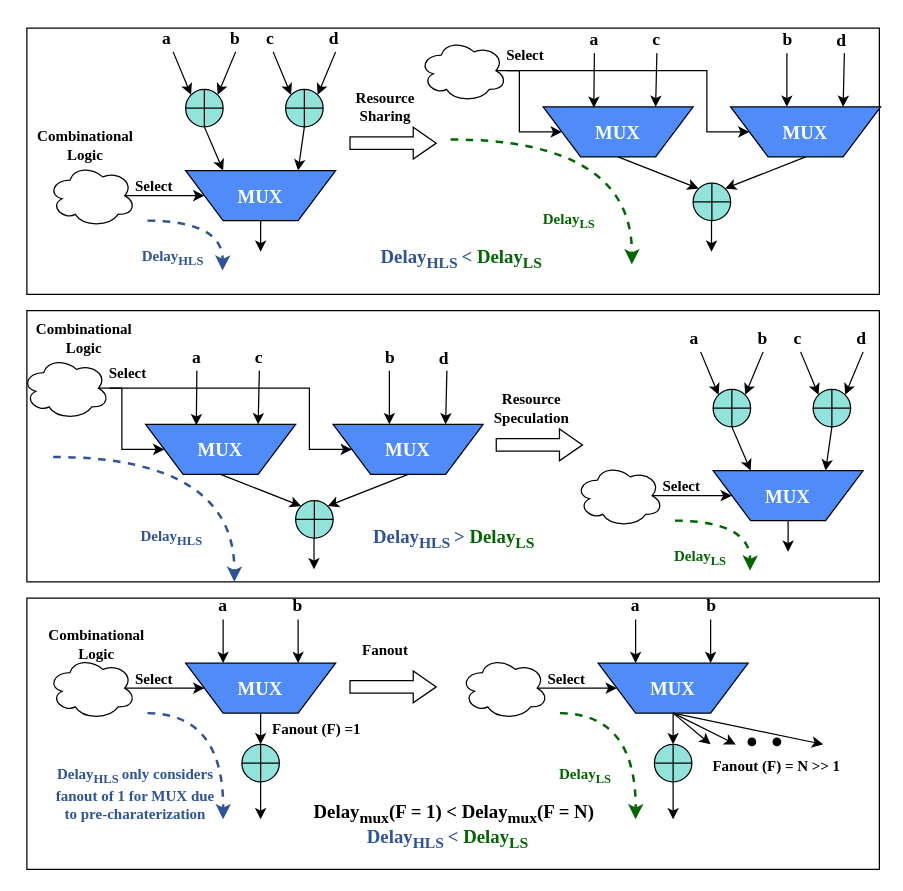
kxzhu0505/Delay-Padding-For-Multi-corner keeps this draw.io diagram as hlsls.drawio. Above is the earlier version. Source tidied: cells renumbered, new cells numbered last; positions are measured from the earlier drawing's top-left corner, leaving out a move shared by most shapes. Both pictures are drawn from the tidied source at 125%, with x=0, y=0 at pixel (21, 26).
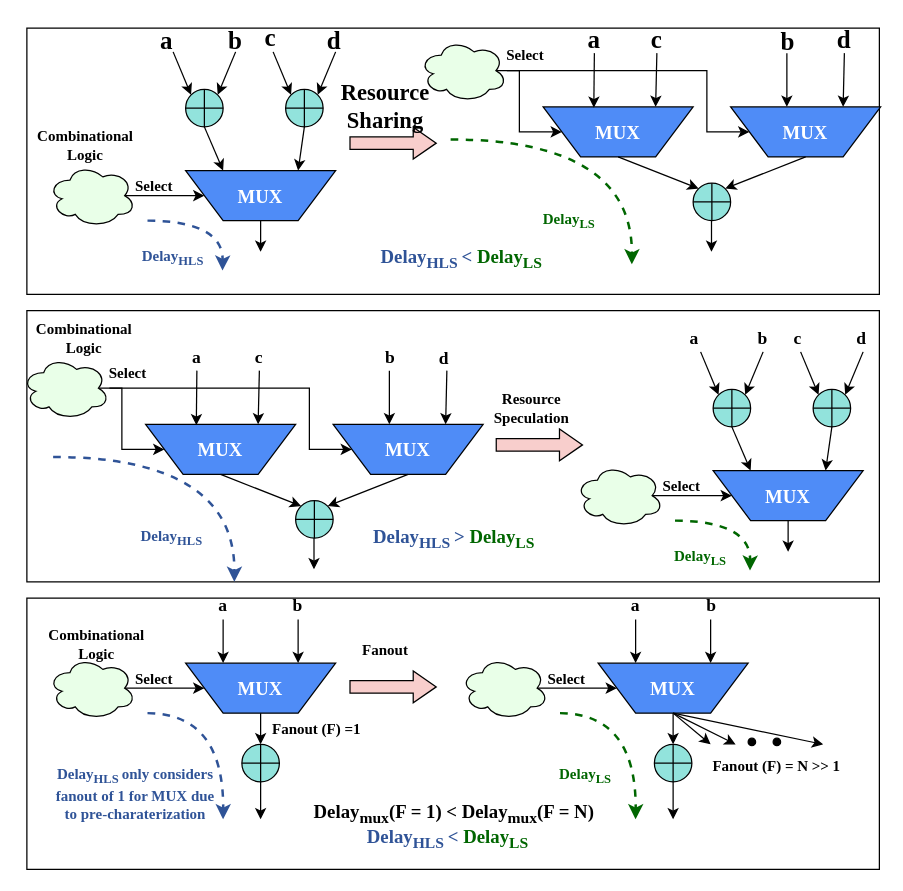
The same diagram, later.

What changed in the source:
```diff
@@
-    <mxCell id="14" style="ellipse;shape=cloud;whiteSpace=wrap;html=1;fillColor=light-dark(#FFFFFF,#EDEDED);fontFamily=Times New Roman;" parent="1" vertex="1">
+    <mxCell id="14" style="ellipse;shape=cloud;whiteSpace=wrap;html=1;fillColor=light-dark(#E9FFE8,#1F2F1E);fontFamily=Times New Roman;strokeColor=light-dark(#000000, #446e2c);" parent="1" vertex="1">
       <mxGeometry x="21" y="110" width="70" height="50" as="geometry" />
     </mxCell>
@@
-    <mxCell id="24" value="&lt;font&gt;&lt;b&gt;a&lt;/b&gt;&lt;/font&gt;" style="text;html=1;align=center;verticalAlign=middle;whiteSpace=wrap;rounded=0;fontFamily=Times New Roman;fontSize=14;" parent="1" vertex="1">
+    <mxCell id="24" value="&lt;font style=&quot;font-size: 20px;&quot;&gt;&lt;b style=&quot;&quot;&gt;a&lt;/b&gt;&lt;/font&gt;" style="text;html=1;align=center;verticalAlign=middle;whiteSpace=wrap;rounded=0;fontFamily=Times New Roman;fontSize=14;" parent="1" vertex="1">
       <mxGeometry x="101" width="30" height="20" as="geometry" />
     </mxCell>
-    <mxCell id="25" value="&lt;font&gt;&lt;b&gt;b&lt;/b&gt;&lt;/font&gt;" style="text;html=1;align=center;verticalAlign=middle;whiteSpace=wrap;rounded=0;fontFamily=Times New Roman;fontSize=14;" parent="1" vertex="1">
+    <mxCell id="25" value="&lt;font style=&quot;font-size: 20px;&quot;&gt;&lt;b style=&quot;&quot;&gt;b&lt;/b&gt;&lt;/font&gt;" style="text;html=1;align=center;verticalAlign=middle;whiteSpace=wrap;rounded=0;fontFamily=Times New Roman;fontSize=14;" parent="1" vertex="1">
       <mxGeometry x="156" width="30" height="20" as="geometry" />
     </mxCell>
-    <mxCell id="26" value="&lt;font&gt;&lt;b&gt;c&lt;/b&gt;&lt;/font&gt;" style="text;html=1;align=center;verticalAlign=middle;whiteSpace=wrap;rounded=0;fontFamily=Times New Roman;fontSize=14;" parent="1" vertex="1">
-      <mxGeometry x="184" width="30" height="20" as="geometry" />
+    <mxCell id="26" value="&lt;font style=&quot;font-size: 20px;&quot;&gt;&lt;b&gt;c&lt;/b&gt;&lt;/font&gt;" style="text;html=1;align=center;verticalAlign=middle;whiteSpace=wrap;rounded=0;fontFamily=Times New Roman;fontSize=14;" parent="1" vertex="1">
+      <mxGeometry x="184" y="-2" width="30" height="20" as="geometry" />
     </mxCell>
-    <mxCell id="27" value="&lt;font&gt;d&lt;/font&gt;" style="text;html=1;align=center;verticalAlign=middle;whiteSpace=wrap;rounded=0;fontFamily=Times New Roman;fontStyle=1;fontSize=14;" parent="1" vertex="1">
+    <mxCell id="27" value="&lt;font style=&quot;font-size: 20px;&quot;&gt;d&lt;/font&gt;" style="text;html=1;align=center;verticalAlign=middle;whiteSpace=wrap;rounded=0;fontFamily=Times New Roman;fontStyle=1;fontSize=14;" parent="1" vertex="1">
       <mxGeometry x="235" width="30" height="20" as="geometry" />
     </mxCell>
@@
-    <mxCell id="30" style="shape=flexArrow;endArrow=classic;html=1;rounded=0;endWidth=14.35897435897436;endSize=5.805128205128206;fontFamily=Times New Roman;" parent="1" edge="1">
+    <mxCell id="30" style="shape=flexArrow;endArrow=classic;html=1;rounded=0;endWidth=14.35897435897436;endSize=5.805128205128206;fontFamily=Times New Roman;fillColor=#f8cecc;strokeColor=#000000;" parent="1" edge="1">
       <mxGeometry relative="1" as="geometry">
         <mxPoint x="262" y="93" as="sourcePoint" />
         <mxPoint x="332" y="93" as="targetPoint" />
       </mxGeometry>
     </mxCell>
-    <mxCell id="31" value="&lt;b&gt;Resource&lt;/b&gt;&lt;div&gt;&lt;b&gt;Sharing&lt;/b&gt;&lt;/div&gt;" style="text;html=1;align=center;verticalAlign=middle;whiteSpace=wrap;rounded=0;fontFamily=Times New Roman;" parent="1" vertex="1">
+    <mxCell id="31" value="&lt;font style=&quot;font-size: 18px;&quot;&gt;&lt;b&gt;Resource&lt;/b&gt;&lt;/font&gt;&lt;div&gt;&lt;font style=&quot;font-size: 18px;&quot;&gt;&lt;b&gt;Sharing&lt;/b&gt;&lt;/font&gt;&lt;/div&gt;" style="text;html=1;align=center;verticalAlign=middle;whiteSpace=wrap;rounded=0;fontFamily=Times New Roman;" parent="1" vertex="1">
       <mxGeometry x="241" y="49" width="100" height="30" as="geometry" />
     </mxCell>
@@
-    <mxCell id="37" style="ellipse;shape=cloud;whiteSpace=wrap;html=1;fillColor=light-dark(#FFFFFF,#EDEDED);fontFamily=Times New Roman;" parent="1" vertex="1">
+    <mxCell id="37" style="ellipse;shape=cloud;whiteSpace=wrap;html=1;fillColor=light-dark(#E9FFE8,#1F2F1E);fontFamily=Times New Roman;strokeColor=light-dark(#000000, #446e2c);" parent="1" vertex="1">
       <mxGeometry x="318" y="10" width="70" height="50" as="geometry" />
     </mxCell>
@@
-    <mxCell id="42" value="&lt;font&gt;a&lt;/font&gt;" style="text;html=1;align=center;verticalAlign=middle;whiteSpace=wrap;rounded=0;fontFamily=Times New Roman;fontStyle=1;fontSize=14;" parent="1" vertex="1">
-      <mxGeometry x="443" y="1" width="30" height="20" as="geometry" />
-    </mxCell>
-    <mxCell id="43" value="&lt;font&gt;c&lt;/font&gt;" style="text;html=1;align=center;verticalAlign=middle;whiteSpace=wrap;rounded=0;fontFamily=Times New Roman;fontStyle=1;fontSize=14;" parent="1" vertex="1">
-      <mxGeometry x="493" y="1" width="30" height="20" as="geometry" />
-    </mxCell>
-    <mxCell id="44" value="&lt;font&gt;b&lt;/font&gt;" style="text;html=1;align=center;verticalAlign=middle;whiteSpace=wrap;rounded=0;fontFamily=Times New Roman;fontStyle=1;fontSize=14;" parent="1" vertex="1">
-      <mxGeometry x="598" y="1" width="30" height="20" as="geometry" />
-    </mxCell>
-    <mxCell id="45" value="&lt;font&gt;d&lt;/font&gt;" style="text;html=1;align=center;verticalAlign=middle;whiteSpace=wrap;rounded=0;fontFamily=Times New Roman;fontStyle=1;fontSize=14;" parent="1" vertex="1">
-      <mxGeometry x="641" y="2" width="30" height="20" as="geometry" />
-    </mxCell>
@@
-    <mxCell id="65" style="ellipse;shape=cloud;whiteSpace=wrap;html=1;fillColor=light-dark(#FFFFFF,#EDEDED);fontFamily=Times New Roman;" parent="1" vertex="1">
+    <mxCell id="65" style="ellipse;shape=cloud;whiteSpace=wrap;html=1;fillColor=light-dark(#E9FFE8,#1F2F1E);fontFamily=Times New Roman;strokeColor=light-dark(#000000, #446e2c);" parent="1" vertex="1">
       <mxGeometry y="264" width="70" height="50" as="geometry" />
     </mxCell>
@@
-    <mxCell id="82" style="ellipse;shape=cloud;whiteSpace=wrap;html=1;fillColor=light-dark(#FFFFFF,#EDEDED);fontFamily=Times New Roman;" parent="1" vertex="1">
+    <mxCell id="82" style="ellipse;shape=cloud;whiteSpace=wrap;html=1;fillColor=light-dark(#E9FFE8,#1F2F1E);fontFamily=Times New Roman;strokeColor=light-dark(#000000, #446e2c);" parent="1" vertex="1">
       <mxGeometry x="443" y="350" width="70" height="50" as="geometry" />
     </mxCell>
@@
-    <mxCell id="101" style="shape=flexArrow;endArrow=classic;html=1;rounded=0;endWidth=14.35897435897436;endSize=5.805128205128206;fontFamily=Times New Roman;" parent="1" edge="1">
+    <mxCell id="101" style="shape=flexArrow;endArrow=classic;html=1;rounded=0;endWidth=14.35897435897436;endSize=5.805128205128206;fontFamily=Times New Roman;fillColor=#f8cecc;strokeColor=#000000;" parent="1" edge="1">
       <mxGeometry relative="1" as="geometry">
         <mxPoint x="379" y="334.4" as="sourcePoint" />
         <mxPoint x="449" y="334.4" as="targetPoint" />
       </mxGeometry>
     </mxCell>
@@
-    <mxCell id="106" style="ellipse;shape=cloud;whiteSpace=wrap;html=1;fillColor=light-dark(#FFFFFF,#EDEDED);fontFamily=Times New Roman;" parent="1" vertex="1">
+    <mxCell id="106" style="ellipse;shape=cloud;whiteSpace=wrap;html=1;fillColor=light-dark(#E9FFE8,#1F2F1E);fontFamily=Times New Roman;strokeColor=light-dark(#000000, #446e2c);" parent="1" vertex="1">
       <mxGeometry x="21" y="504" width="70" height="50" as="geometry" />
     </mxCell>
@@
-    <mxCell id="121" style="ellipse;shape=cloud;whiteSpace=wrap;html=1;fillColor=light-dark(#FFFFFF,#EDEDED);fontFamily=Times New Roman;" parent="1" vertex="1">
+    <mxCell id="121" style="ellipse;shape=cloud;whiteSpace=wrap;html=1;fillColor=light-dark(#E9FFE8,#1F2F1E);fontFamily=Times New Roman;strokeColor=light-dark(#000000, #446e2c);" parent="1" vertex="1">
       <mxGeometry x="351" y="504" width="70" height="50" as="geometry" />
     </mxCell>
@@
-    <mxCell id="133" style="shape=flexArrow;endArrow=classic;html=1;rounded=0;endWidth=14.35897435897436;endSize=5.805128205128206;fontFamily=Times New Roman;" parent="1" edge="1">
+    <mxCell id="133" style="shape=flexArrow;endArrow=classic;html=1;rounded=0;endWidth=14.35897435897436;endSize=5.805128205128206;fontFamily=Times New Roman;fillColor=#f8cecc;strokeColor=#000000;" parent="1" edge="1">
       <mxGeometry relative="1" as="geometry">
         <mxPoint x="262" y="528" as="sourcePoint" />
         <mxPoint x="332" y="528" as="targetPoint" />
       </mxGeometry>
     </mxCell>
@@
+    <mxCell id="42" value="&lt;font style=&quot;font-size: 20px;&quot;&gt;&lt;b style=&quot;&quot;&gt;a&lt;/b&gt;&lt;/font&gt;" style="text;html=1;align=center;verticalAlign=middle;whiteSpace=wrap;rounded=0;fontFamily=Times New Roman;fontSize=14;" parent="1" vertex="1">
+      <mxGeometry x="443" y="-1" width="30" height="20" as="geometry" />
+    </mxCell>
+    <mxCell id="43" value="&lt;font style=&quot;font-size: 20px;&quot;&gt;&lt;b&gt;c&lt;/b&gt;&lt;/font&gt;" style="text;html=1;align=center;verticalAlign=middle;whiteSpace=wrap;rounded=0;fontFamily=Times New Roman;fontSize=14;" parent="1" vertex="1">
+      <mxGeometry x="493" y="-1" width="30" height="20" as="geometry" />
+    </mxCell>
+    <mxCell id="44" value="&lt;font style=&quot;font-size: 20px;&quot;&gt;&lt;b style=&quot;&quot;&gt;b&lt;/b&gt;&lt;/font&gt;" style="text;html=1;align=center;verticalAlign=middle;whiteSpace=wrap;rounded=0;fontFamily=Times New Roman;fontSize=14;" parent="1" vertex="1">
+      <mxGeometry x="598" y="1" width="30" height="20" as="geometry" />
+    </mxCell>
+    <mxCell id="45" value="&lt;font style=&quot;font-size: 20px;&quot;&gt;d&lt;/font&gt;" style="text;html=1;align=center;verticalAlign=middle;whiteSpace=wrap;rounded=0;fontFamily=Times New Roman;fontStyle=1;fontSize=14;" parent="1" vertex="1">
+      <mxGeometry x="643" y="-1" width="30" height="20" as="geometry" />
+    </mxCell>
```
